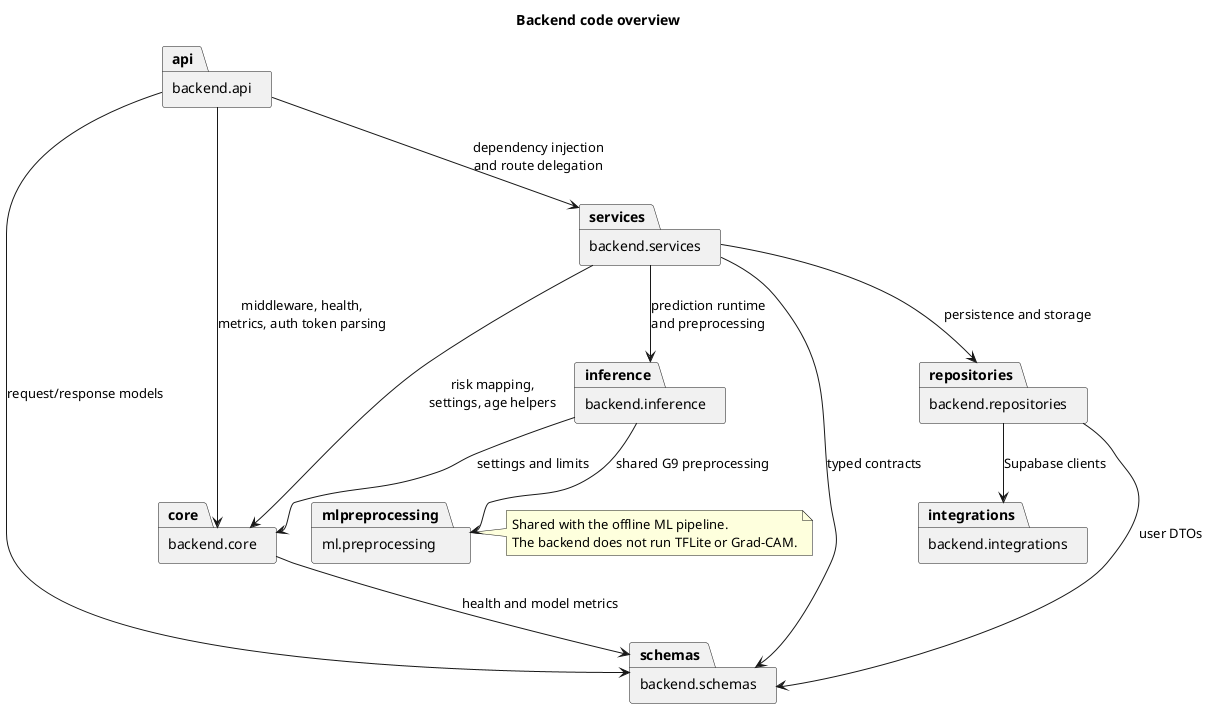
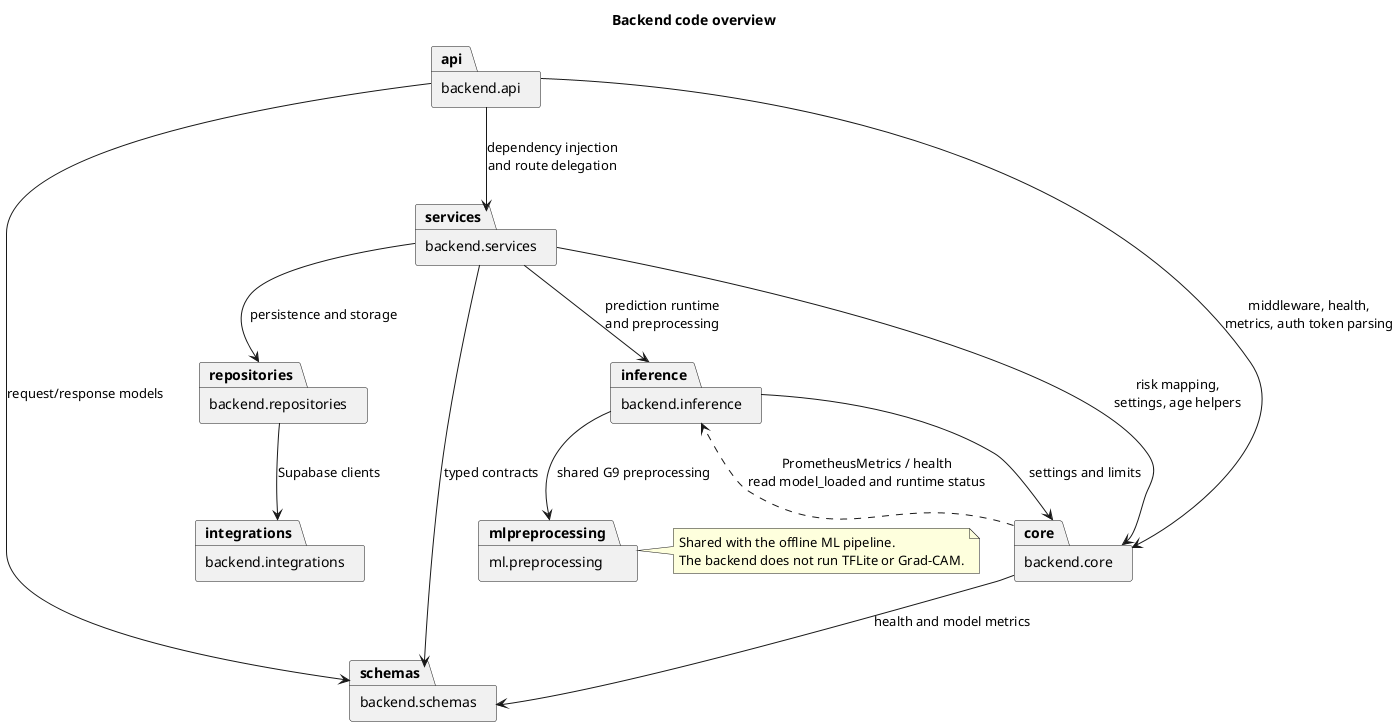
@startuml overview
skinparam classAttributeIconSize 0
hide empty members
title Backend code overview

package "backend.api" as api
package "backend.services" as services
package "backend.repositories" as repositories
package "backend.inference" as inference
package "backend.core" as core
package "backend.schemas" as schemas
package "backend.integrations" as integrations
package "ml.preprocessing" as mlpreprocessing

api --> services : dependency injection\nand route delegation
api --> core : middleware, health,\nmetrics, auth token parsing
api --> schemas : request/response models

services --> repositories : persistence and storage
services --> inference : prediction runtime\nand preprocessing
services --> core : risk mapping,\nsettings, age helpers
services --> schemas : typed contracts

repositories --> integrations : Supabase clients
- repositories --> schemas : user DTOs

inference --> core : settings and limits
inference --> mlpreprocessing : shared G9 preprocessing

core --> schemas : health and model metrics
+ core ..> inference : PrometheusMetrics / health\nread model_loaded and runtime status

note right of mlpreprocessing
  Shared with the offline ML pipeline.
  The backend does not run TFLite or Grad-CAM.
end note

@enduml
